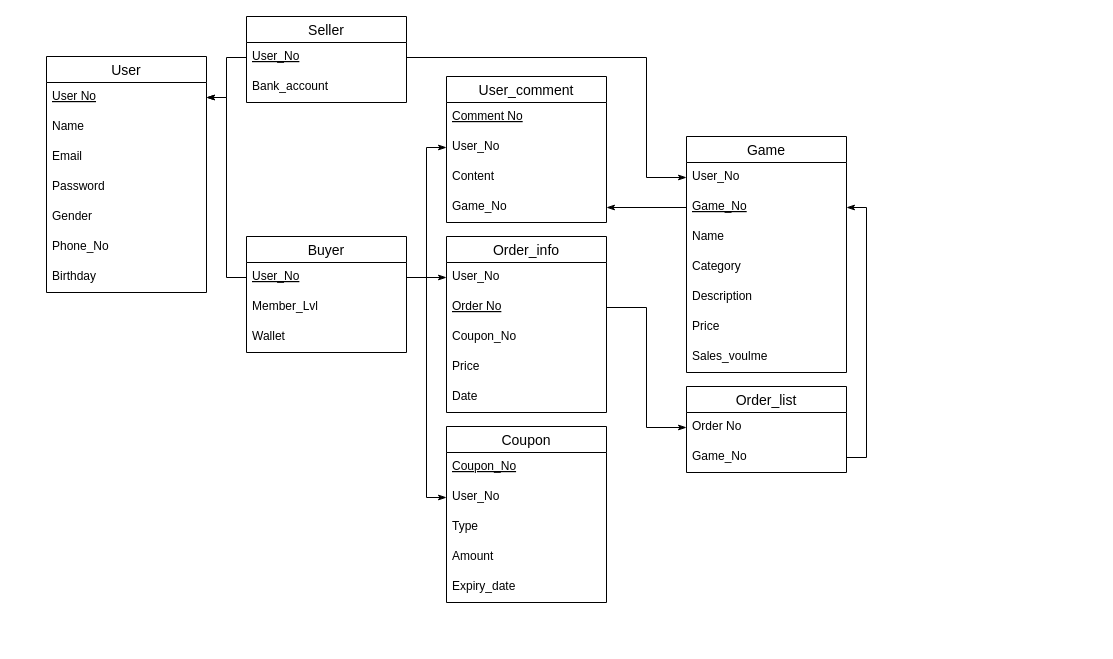
The draw.io diagram page "Database Schema" (3 of 3) of DBMS.drawio in 13urgerKing/109-1DBMS, before the edit. Source tidied: cells renumbered, new cells numbered last; positions are measured from the earlier drawing's top-left corner, leaving out a move shared by most shapes. Both pictures are drawn from the tidied source at 100%, with x=0, y=0 at pixel (46, 16).
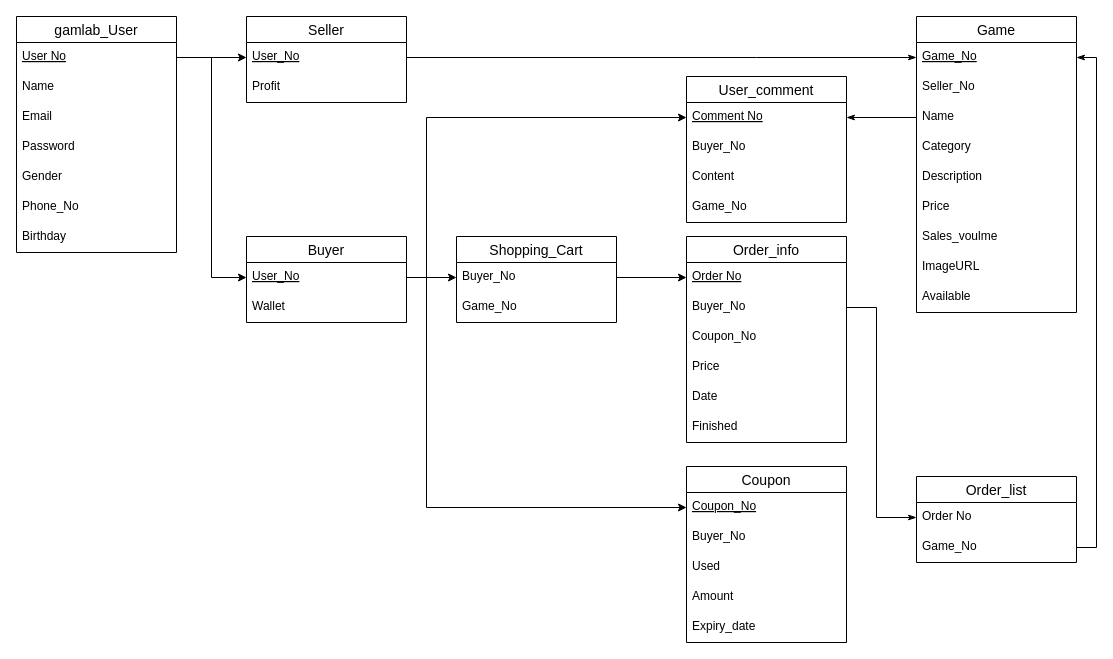
The same page after the edit.

Unchanged cells that the change refers to:
```xml
<mxCell id="3" value="User No" style="text;strokeColor=none;fillColor=none;spacingLeft=4;spacingRight=4;overflow=hidden;points=[[0,0.5],[1,0.5]];portConstraint=eastwest;fontSize=12;fontStyle=4;" parent="2" vertex="1">
  <mxGeometry y="26" width="160" height="30" as="geometry" />
</mxCell>
<mxCell id="11" value="User_No" style="text;strokeColor=none;fillColor=none;spacingLeft=4;spacingRight=4;overflow=hidden;points=[[0,0.5],[1,0.5]];portConstraint=eastwest;fontSize=12;fontStyle=4;" parent="10" vertex="1">
  <mxGeometry y="26" width="160" height="30" as="geometry" />
</mxCell>
<mxCell id="15" value="Order No" style="text;strokeColor=none;fillColor=none;spacingLeft=4;spacingRight=4;overflow=hidden;points=[[0,0.5],[1,0.5]];portConstraint=eastwest;fontSize=12;fontStyle=0;" parent="14" vertex="1">
  <mxGeometry y="26" width="160" height="30" as="geometry" />
</mxCell>
<mxCell id="16" value="Game_No" style="text;strokeColor=none;fillColor=none;spacingLeft=4;spacingRight=4;overflow=hidden;points=[[0,0.5],[1,0.5]];portConstraint=eastwest;fontSize=12;fontStyle=0;" parent="14" vertex="1">
  <mxGeometry y="56" width="160" height="30" as="geometry" />
</mxCell>
<mxCell id="26" value="Comment No" style="text;strokeColor=none;fillColor=none;spacingLeft=4;spacingRight=4;overflow=hidden;points=[[0,0.5],[1,0.5]];portConstraint=eastwest;fontSize=12;fontStyle=4;" parent="25" vertex="1">
  <mxGeometry y="26" width="160" height="30" as="geometry" />
</mxCell>
<mxCell id="29" value="Game_No" style="text;strokeColor=none;fillColor=none;spacingLeft=4;spacingRight=4;overflow=hidden;points=[[0,0.5],[1,0.5]];portConstraint=eastwest;fontSize=12;fontStyle=0;" parent="25" vertex="1">
  <mxGeometry y="116" width="160" height="30" as="geometry" />
</mxCell>
<mxCell id="31" value="Coupon_No" style="text;strokeColor=none;fillColor=none;spacingLeft=4;spacingRight=4;overflow=hidden;points=[[0,0.5],[1,0.5]];portConstraint=eastwest;fontSize=12;fontStyle=4;" parent="30" vertex="1">
  <mxGeometry y="26" width="160" height="30" as="geometry" />
</mxCell>
<mxCell id="36" value="Seller" style="swimlane;fontStyle=0;horizontal=1;startSize=26;align=center;fontSize=14;" parent="1" vertex="1">
  <mxGeometry x="200" width="160" height="86" as="geometry" />
</mxCell>
<mxCell id="37" value="User_No" style="text;strokeColor=none;fillColor=none;spacingLeft=4;spacingRight=4;overflow=hidden;points=[[0,0.5],[1,0.5]];portConstraint=eastwest;fontSize=12;fontStyle=4;" parent="36" vertex="1">
  <mxGeometry y="26" width="160" height="30" as="geometry" />
</mxCell>
<mxCell id="45" value="Coupon_No" style="text;strokeColor=none;fillColor=none;spacingLeft=4;spacingRight=4;overflow=hidden;points=[[0,0.5],[1,0.5]];portConstraint=eastwest;fontSize=12;" parent="42" vertex="1">
  <mxGeometry y="86" width="160" height="30" as="geometry" />
</mxCell>
```

The edit, as a diff of the source:
```diff
@@
-    <mxCell id="2" value="User" style="swimlane;fontStyle=0;horizontal=1;startSize=26;align=center;fontSize=14;" parent="1" vertex="1">
-      <mxGeometry y="40" width="160" height="236" as="geometry" />
+    <mxCell id="2" value="gamlab_User" style="swimlane;fontStyle=0;horizontal=1;startSize=26;align=center;fontSize=14;" parent="1" vertex="1">
+      <mxGeometry x="-30" width="160" height="236" as="geometry" />
     </mxCell>
@@
     <mxCell id="10" value="Buyer" style="swimlane;fontStyle=0;horizontal=1;startSize=26;align=center;fontSize=14;" parent="1" vertex="1">
-      <mxGeometry x="200" y="220" width="160" height="116" as="geometry" />
+      <mxGeometry x="200" y="220" width="160" height="86" as="geometry" />
     </mxCell>
@@
-    <mxCell id="12" value="Member_Lvl" style="text;strokeColor=none;fillColor=none;spacingLeft=4;spacingRight=4;overflow=hidden;fontSize=12;" parent="10" vertex="1">
-      <mxGeometry y="56" width="160" height="30" as="geometry" />
-    </mxCell>
     <mxCell id="13" value="Wallet" style="text;strokeColor=none;fillColor=none;spacingLeft=4;spacingRight=4;overflow=hidden;fontSize=12;" parent="10" vertex="1">
-      <mxGeometry y="86" width="160" height="30" as="geometry" />
+      <mxGeometry y="56" width="160" height="30" as="geometry" />
     </mxCell>
     <mxCell id="14" value="Order_list" style="swimlane;fontStyle=0;horizontal=1;startSize=26;align=center;fontSize=14;" parent="1" vertex="1">
-      <mxGeometry x="640" y="370" width="160" height="86" as="geometry" />
+      <mxGeometry x="870" y="460" width="160" height="86" as="geometry" />
     </mxCell>
@@
     <mxCell id="17" value="Game" style="swimlane;fontStyle=0;horizontal=1;startSize=26;align=center;fontSize=14;shadow=0;" parent="1" vertex="1">
-      <mxGeometry x="640" y="120" width="160" height="236" as="geometry" />
+      <mxGeometry x="870" width="160" height="296" as="geometry" />
     </mxCell>
-    <mxCell id="18" value="User_No" style="text;strokeColor=none;fillColor=none;spacingLeft=4;spacingRight=4;overflow=hidden;points=[[0,0.5],[1,0.5]];portConstraint=eastwest;fontSize=12;fontStyle=0;" parent="17" vertex="1">
+    <mxCell id="18" value="Game_No" style="text;strokeColor=none;fillColor=none;spacingLeft=4;spacingRight=4;overflow=hidden;points=[[0,0.5],[1,0.5]];portConstraint=eastwest;fontSize=12;fontStyle=4;" parent="17" vertex="1">
       <mxGeometry y="26" width="160" height="30" as="geometry" />
     </mxCell>
-    <mxCell id="19" value="Game_No" style="text;strokeColor=none;fillColor=none;spacingLeft=4;spacingRight=4;overflow=hidden;points=[[0,0.5],[1,0.5]];portConstraint=eastwest;fontSize=12;fontStyle=4;" parent="17" vertex="1">
+    <mxCell id="19" value="Seller_No" style="text;strokeColor=none;fillColor=none;spacingLeft=4;spacingRight=4;overflow=hidden;points=[[0,0.5],[1,0.5]];portConstraint=eastwest;fontSize=12;fontStyle=0;" parent="17" vertex="1">
       <mxGeometry y="56" width="160" height="30" as="geometry" />
     </mxCell>
@@
+    <mxCell id="54" value="ImageURL" style="text;strokeColor=none;fillColor=none;spacingLeft=4;spacingRight=4;overflow=hidden;fontSize=12;" parent="17" vertex="1">
+      <mxGeometry y="236" width="160" height="30" as="geometry" />
+    </mxCell>
+    <mxCell id="55" value="Available" style="text;strokeColor=none;fillColor=none;spacingLeft=4;spacingRight=4;overflow=hidden;fontSize=12;" parent="17" vertex="1">
+      <mxGeometry y="266" width="160" height="30" as="geometry" />
+    </mxCell>
     <mxCell id="25" value="User_comment" style="swimlane;fontStyle=0;horizontal=1;startSize=26;align=center;fontSize=14;" parent="1" vertex="1">
-      <mxGeometry x="400" y="60" width="160" height="146" as="geometry" />
+      <mxGeometry x="640" y="60" width="160" height="146" as="geometry" />
     </mxCell>
@@
-    <mxCell id="27" value="User_No" style="text;strokeColor=none;fillColor=none;spacingLeft=4;spacingRight=4;overflow=hidden;points=[[0,0.5],[1,0.5]];portConstraint=eastwest;fontSize=12;" parent="25" vertex="1">
+    <mxCell id="27" value="Buyer_No" style="text;strokeColor=none;fillColor=none;spacingLeft=4;spacingRight=4;overflow=hidden;points=[[0,0.5],[1,0.5]];portConstraint=eastwest;fontSize=12;" parent="25" vertex="1">
       <mxGeometry y="56" width="160" height="30" as="geometry" />
     </mxCell>
@@
     <mxCell id="30" value="Coupon" style="swimlane;fontStyle=0;horizontal=1;startSize=26;align=center;fontSize=14;" parent="1" vertex="1">
-      <mxGeometry x="400" y="410" width="160" height="176" as="geometry" />
+      <mxGeometry x="640" y="450" width="160" height="176" as="geometry" />
     </mxCell>
@@
-    <mxCell id="32" value="User_No" style="text;strokeColor=none;fillColor=none;spacingLeft=4;spacingRight=4;overflow=hidden;points=[[0,0.5],[1,0.5]];portConstraint=eastwest;fontSize=12;" parent="30" vertex="1">
+    <mxCell id="32" value="Buyer_No" style="text;strokeColor=none;fillColor=none;spacingLeft=4;spacingRight=4;overflow=hidden;points=[[0,0.5],[1,0.5]];portConstraint=eastwest;fontSize=12;" parent="30" vertex="1">
       <mxGeometry y="56" width="160" height="30" as="geometry" />
     </mxCell>
-    <mxCell id="33" value="Type" style="text;strokeColor=none;fillColor=none;spacingLeft=4;spacingRight=4;overflow=hidden;fontSize=12;" parent="30" vertex="1">
+    <mxCell id="33" value="Used" style="text;strokeColor=none;fillColor=none;spacingLeft=4;spacingRight=4;overflow=hidden;fontSize=12;" parent="30" vertex="1">
       <mxGeometry y="86" width="160" height="30" as="geometry" />
     </mxCell>
@@
-    <mxCell id="38" value="Bank_account" style="text;strokeColor=none;fillColor=none;spacingLeft=4;spacingRight=4;overflow=hidden;fontSize=12;" parent="36" vertex="1">
+    <mxCell id="38" value="Profit" style="text;strokeColor=none;fillColor=none;spacingLeft=4;spacingRight=4;overflow=hidden;fontSize=12;" parent="36" vertex="1">
       <mxGeometry y="56" width="160" height="30" as="geometry" />
     </mxCell>
-    <mxCell id="39" style="edgeStyle=orthogonalEdgeStyle;rounded=0;jettySize=auto;html=1;exitX=1;exitY=0.5;exitDx=0;exitDy=0;entryX=0;entryY=0.5;entryDx=0;entryDy=0;endArrow=classicThin;endFill=1;" parent="1" edge="1" source="11" target="32">
-      <mxGeometry relative="1" as="geometry" />
-    </mxCell>
-    <mxCell id="40" style="edgeStyle=orthogonalEdgeStyle;rounded=0;jettySize=auto;html=1;exitX=1;exitY=0.5;exitDx=0;exitDy=0;entryX=0;entryY=0.5;entryDx=0;entryDy=0;endArrow=classicThin;endFill=1;" parent="1" edge="1" source="11" target="27">
-      <mxGeometry relative="1" as="geometry" />
-    </mxCell>
-    <mxCell id="41" style="edgeStyle=orthogonalEdgeStyle;rounded=0;jettySize=auto;html=1;exitX=0;exitY=0.5;exitDx=0;exitDy=0;entryX=1;entryY=0.5;entryDx=0;entryDy=0;endArrow=classicThin;endFill=1;" parent="1" edge="1" source="19" target="29">
-      <mxGeometry relative="1" as="geometry" />
+    <mxCell id="41" style="edgeStyle=orthogonalEdgeStyle;rounded=0;jettySize=auto;html=1;entryX=1;entryY=0.5;entryDx=0;entryDy=0;endArrow=classicThin;endFill=1;" parent="1" edge="1" target="26">
+      <mxGeometry relative="1" as="geometry">
+        <mxPoint x="870" y="101" as="sourcePoint" />
+        <Array as="points">
+          <mxPoint x="870" y="101" />
+        </Array>
+      </mxGeometry>
     </mxCell>
     <mxCell id="42" value="Order_info" style="swimlane;fontStyle=0;horizontal=1;startSize=26;align=center;fontSize=14;" parent="1" vertex="1">
-      <mxGeometry x="400" y="220" width="160" height="176" as="geometry" />
+      <mxGeometry x="640" y="220" width="160" height="206" as="geometry" />
     </mxCell>
-    <mxCell id="43" value="User_No" style="text;strokeColor=none;fillColor=none;spacingLeft=4;spacingRight=4;overflow=hidden;points=[[0,0.5],[1,0.5]];portConstraint=eastwest;fontSize=12;" parent="42" vertex="1">
+    <mxCell id="43" value="Order No" style="text;strokeColor=none;fillColor=none;spacingLeft=4;spacingRight=4;overflow=hidden;points=[[0,0.5],[1,0.5]];portConstraint=eastwest;fontSize=12;fontStyle=4;" parent="42" vertex="1">
       <mxGeometry y="26" width="160" height="30" as="geometry" />
     </mxCell>
-    <mxCell id="44" value="Order No" style="text;strokeColor=none;fillColor=none;spacingLeft=4;spacingRight=4;overflow=hidden;points=[[0,0.5],[1,0.5]];portConstraint=eastwest;fontSize=12;fontStyle=4;" parent="42" vertex="1">
-      <mxGeometry y="56" width="160" height="30" as="geometry" />
-    </mxCell>
+    <mxCell id="56" value="Buyer_No" style="text;strokeColor=none;fillColor=none;spacingLeft=4;spacingRight=4;overflow=hidden;fontSize=12;" parent="42" vertex="1">
+      <mxGeometry y="56" width="160" height="30" as="geometry" />
+    </mxCell>
@@
-    <mxCell id="48" style="edgeStyle=orthogonalEdgeStyle;rounded=0;jettySize=auto;html=1;exitX=1;exitY=0.5;exitDx=0;exitDy=0;entryX=0;entryY=0.5;entryDx=0;entryDy=0;endArrow=classicThin;endFill=1;" parent="1" edge="1" source="11" target="43">
-      <mxGeometry relative="1" as="geometry" />
-    </mxCell>
+    <mxCell id="57" value="Finished" style="text;strokeColor=none;fillColor=none;spacingLeft=4;spacingRight=4;overflow=hidden;fontSize=12;" parent="42" vertex="1">
+      <mxGeometry y="176" width="160" height="30" as="geometry" />
+    </mxCell>
-    <mxCell id="49" style="edgeStyle=orthogonalEdgeStyle;rounded=0;jettySize=auto;html=1;exitX=1;exitY=0.5;exitDx=0;exitDy=0;entryX=0;entryY=0.5;entryDx=0;entryDy=0;endArrow=classicThin;endFill=1;" parent="1" edge="1" source="44" target="15">
-      <mxGeometry relative="1" as="geometry" />
+    <mxCell id="49" style="edgeStyle=orthogonalEdgeStyle;rounded=0;jettySize=auto;html=1;exitX=1;exitY=0.5;exitDx=0;exitDy=0;entryX=0;entryY=0.5;entryDx=0;entryDy=0;endArrow=classicThin;endFill=1;" parent="1" edge="1" source="45" target="15">
+      <mxGeometry relative="1" as="geometry">
+        <Array as="points">
+          <mxPoint x="800" y="291" />
+          <mxPoint x="830" y="291" />
+          <mxPoint x="830" y="501" />
+        </Array>
+      </mxGeometry>
     </mxCell>
-    <mxCell id="50" style="edgeStyle=orthogonalEdgeStyle;rounded=0;jettySize=auto;html=1;exitX=1;exitY=0.5;exitDx=0;exitDy=0;entryX=1;entryY=0.5;entryDx=0;entryDy=0;endArrow=classicThin;endFill=1;" parent="1" edge="1" source="16" target="19">
+    <mxCell id="50" style="edgeStyle=orthogonalEdgeStyle;rounded=0;jettySize=auto;html=1;exitX=1;exitY=0.5;exitDx=0;exitDy=0;entryX=1;entryY=0.5;entryDx=0;entryDy=0;endArrow=classicThin;endFill=1;" parent="1" edge="1" source="16" target="18">
       <mxGeometry relative="1" as="geometry" />
     </mxCell>
     <mxCell id="51" style="edgeStyle=orthogonalEdgeStyle;rounded=0;jettySize=auto;html=1;exitX=1;exitY=0.5;exitDx=0;exitDy=0;entryX=0;entryY=0.5;entryDx=0;entryDy=0;endArrow=classicThin;endFill=1;" parent="1" edge="1" source="37" target="18">
       <mxGeometry relative="1" as="geometry">
         <Array as="points">
-          <mxPoint x="600" y="41" />
-          <mxPoint x="600" y="161" />
+          <mxPoint x="710" y="41" />
+          <mxPoint x="710" y="41" />
         </Array>
       </mxGeometry>
     </mxCell>
-    <mxCell id="52" style="edgeStyle=orthogonalEdgeStyle;rounded=0;jettySize=auto;html=1;exitX=0;exitY=0.5;exitDx=0;exitDy=0;entryX=1;entryY=0.5;entryDx=0;entryDy=0;endArrow=classicThin;endFill=1;" parent="1" edge="1" source="37" target="3">
-      <mxGeometry relative="1" as="geometry" />
-    </mxCell>
-    <mxCell id="53" style="edgeStyle=orthogonalEdgeStyle;rounded=0;jettySize=auto;html=1;exitX=0;exitY=0.5;exitDx=0;exitDy=0;entryX=1;entryY=0.5;entryDx=0;entryDy=0;endArrow=classicThin;endFill=1;" parent="1" edge="1" source="11" target="3">
-      <mxGeometry relative="1" as="geometry" />
-    </mxCell>
+    <mxCell id="58" value="Shopping_Cart" style="swimlane;fontStyle=0;horizontal=1;startSize=26;align=center;fontSize=14;" parent="1" vertex="1">
+      <mxGeometry x="410" y="220" width="160" height="86" as="geometry" />
+    </mxCell>
+    <mxCell id="59" value="Buyer_No" style="text;strokeColor=none;fillColor=none;spacingLeft=4;spacingRight=4;overflow=hidden;points=[[0,0.5],[1,0.5]];portConstraint=eastwest;fontSize=12;" parent="58" vertex="1">
+      <mxGeometry y="26" width="160" height="30" as="geometry" />
+    </mxCell>
+    <mxCell id="60" value="Game_No" style="text;strokeColor=none;fillColor=none;spacingLeft=4;spacingRight=4;overflow=hidden;fontSize=12;" parent="58" vertex="1">
+      <mxGeometry y="56" width="160" height="30" as="geometry" />
+    </mxCell>
+    <mxCell id="61" style="edgeStyle=orthogonalEdgeStyle;rounded=0;jettySize=auto;html=1;exitX=1;exitY=0.5;exitDx=0;exitDy=0;entryX=0;entryY=0.5;entryDx=0;entryDy=0;" parent="1" edge="1" source="11" target="59">
+      <mxGeometry relative="1" as="geometry" />
+    </mxCell>
+    <mxCell id="62" style="edgeStyle=orthogonalEdgeStyle;rounded=0;jettySize=auto;html=1;exitX=1;exitY=0.5;exitDx=0;exitDy=0;entryX=0;entryY=0.5;entryDx=0;entryDy=0;" parent="1" edge="1" source="59" target="43">
+      <mxGeometry relative="1" as="geometry" />
+    </mxCell>
+    <mxCell id="63" style="edgeStyle=orthogonalEdgeStyle;rounded=0;jettySize=auto;html=1;exitX=1;exitY=0.5;exitDx=0;exitDy=0;entryX=0;entryY=0.5;entryDx=0;entryDy=0;" parent="1" edge="1" source="11" target="31">
+      <mxGeometry relative="1" as="geometry">
+        <Array as="points">
+          <mxPoint x="380" y="261" />
+          <mxPoint x="380" y="491" />
+        </Array>
+      </mxGeometry>
+    </mxCell>
+    <mxCell id="64" style="edgeStyle=orthogonalEdgeStyle;rounded=0;jettySize=auto;html=1;exitX=1;exitY=0.5;exitDx=0;exitDy=0;entryX=0;entryY=0.5;entryDx=0;entryDy=0;" parent="1" edge="1" source="11" target="26">
+      <mxGeometry relative="1" as="geometry">
+        <Array as="points">
+          <mxPoint x="380" y="261" />
+          <mxPoint x="380" y="101" />
+        </Array>
+      </mxGeometry>
+    </mxCell>
+    <mxCell id="65" style="edgeStyle=orthogonalEdgeStyle;rounded=0;jettySize=auto;html=1;exitX=1;exitY=0.5;exitDx=0;exitDy=0;entryX=0;entryY=0.5;entryDx=0;entryDy=0;" parent="1" edge="1" source="3" target="37">
+      <mxGeometry relative="1" as="geometry" />
+    </mxCell>
+    <mxCell id="66" style="edgeStyle=orthogonalEdgeStyle;rounded=0;jettySize=auto;html=1;exitX=1;exitY=0.5;exitDx=0;exitDy=0;entryX=0;entryY=0.5;entryDx=0;entryDy=0;" parent="1" edge="1" source="3" target="11">
+      <mxGeometry relative="1" as="geometry" />
+    </mxCell>
```
